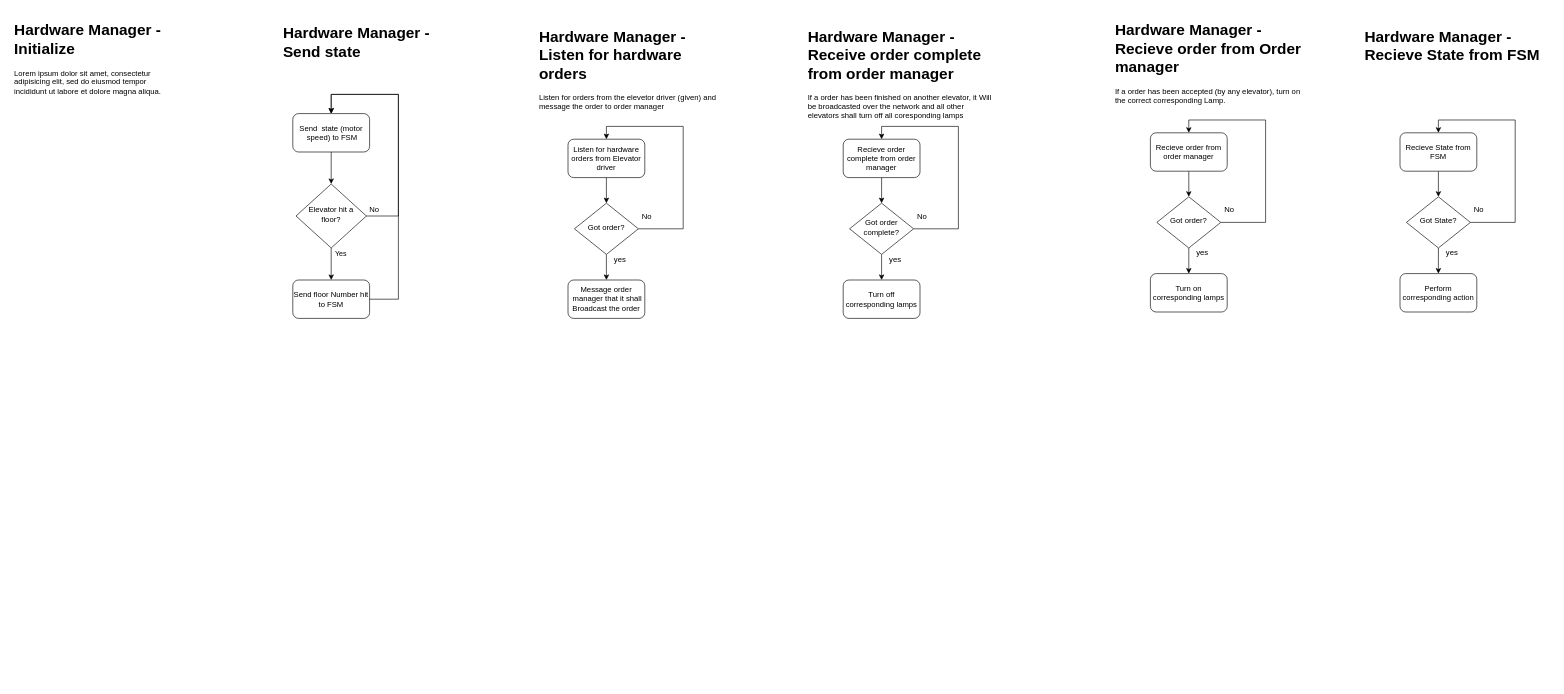
Before: docs/elev_HW_manager.drawio in sanderfu/TTK4145-ElevatorProject, a draw.io diagram. Source tidied: cells renumbered, new cells numbered last; positions are measured from the earlier drawing's top-left corner, leaving out a move shared by most shapes. Both pictures are drawn from the tidied source at 64%, with x=0, y=0 at pixel (11, 17).
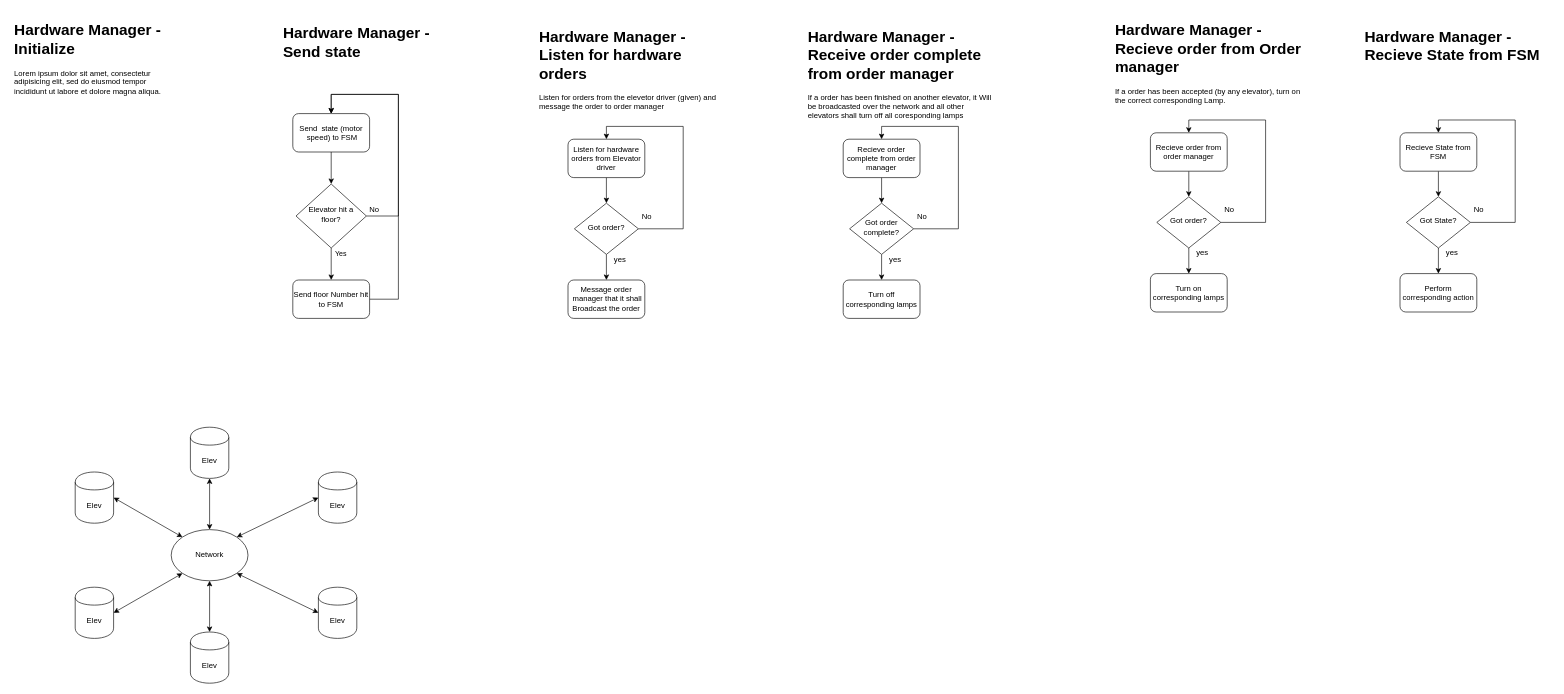
The same diagram, later.

Commit message (it also covers changes not shown here):
updated hardware manager

Diff of the diagram source:
```diff
@@
+    <mxCell id="48" value="Network" style="ellipse;whiteSpace=wrap;html=1;" parent="1" vertex="1">
+      <mxGeometry x="250" y="800" width="120" height="80" as="geometry" />
+    </mxCell>
+    <mxCell id="49" value="Elev" style="shape=cylinder;whiteSpace=wrap;html=1;boundedLbl=1;backgroundOutline=1;" parent="1" vertex="1">
+      <mxGeometry x="100" y="710" width="60" height="80" as="geometry" />
+    </mxCell>
+    <mxCell id="50" value="Elev" style="shape=cylinder;whiteSpace=wrap;html=1;boundedLbl=1;backgroundOutline=1;" parent="1" vertex="1">
+      <mxGeometry x="100" y="890" width="60" height="80" as="geometry" />
+    </mxCell>
+    <mxCell id="51" value="Elev" style="shape=cylinder;whiteSpace=wrap;html=1;boundedLbl=1;backgroundOutline=1;" parent="1" vertex="1">
+      <mxGeometry x="480" y="890" width="60" height="80" as="geometry" />
+    </mxCell>
+    <mxCell id="52" value="Elev" style="shape=cylinder;whiteSpace=wrap;html=1;boundedLbl=1;backgroundOutline=1;" parent="1" vertex="1">
+      <mxGeometry x="480" y="710" width="60" height="80" as="geometry" />
+    </mxCell>
+    <mxCell id="53" value="Elev" style="shape=cylinder;whiteSpace=wrap;html=1;boundedLbl=1;backgroundOutline=1;" parent="1" vertex="1">
+      <mxGeometry x="280" y="960" width="60" height="80" as="geometry" />
+    </mxCell>
+    <mxCell id="54" value="Elev" style="shape=cylinder;whiteSpace=wrap;html=1;boundedLbl=1;backgroundOutline=1;" parent="1" vertex="1">
+      <mxGeometry x="280" y="640" width="60" height="80" as="geometry" />
+    </mxCell>
+    <mxCell id="55" style="endArrow=classic;startArrow=classic;html=1;entryX=0.5;entryY=1;entryDx=0;entryDy=0;exitX=0.5;exitY=0;exitDx=0;exitDy=0;" parent="1" edge="1" source="48" target="54">
+      <mxGeometry relative="1" as="geometry" />
+    </mxCell>
+    <mxCell id="56" style="endArrow=classic;startArrow=classic;html=1;entryX=0.5;entryY=1;entryDx=0;entryDy=0;exitX=0.5;exitY=0;exitDx=0;exitDy=0;" parent="1" edge="1" source="53" target="48">
+      <mxGeometry relative="1" as="geometry" />
+    </mxCell>
+    <mxCell id="57" style="endArrow=classic;startArrow=classic;html=1;exitX=1;exitY=0;exitDx=0;exitDy=0;entryX=0;entryY=0.5;entryDx=0;entryDy=0;" parent="1" edge="1" source="48" target="52">
+      <mxGeometry relative="1" as="geometry" />
+    </mxCell>
+    <mxCell id="58" style="endArrow=classic;startArrow=classic;html=1;entryX=1;entryY=1;entryDx=0;entryDy=0;exitX=0;exitY=0.5;exitDx=0;exitDy=0;" parent="1" edge="1" source="51" target="48">
+      <mxGeometry relative="1" as="geometry" />
+    </mxCell>
+    <mxCell id="59" style="endArrow=classic;startArrow=classic;html=1;entryX=0;entryY=1;entryDx=0;entryDy=0;exitX=1;exitY=0.5;exitDx=0;exitDy=0;" parent="1" edge="1" source="50" target="48">
+      <mxGeometry relative="1" as="geometry" />
+    </mxCell>
+    <mxCell id="60" style="endArrow=classic;startArrow=classic;html=1;entryX=0;entryY=0;entryDx=0;entryDy=0;exitX=1;exitY=0.5;exitDx=0;exitDy=0;" parent="1" edge="1" source="49" target="48">
+      <mxGeometry relative="1" as="geometry" />
+    </mxCell>
```
